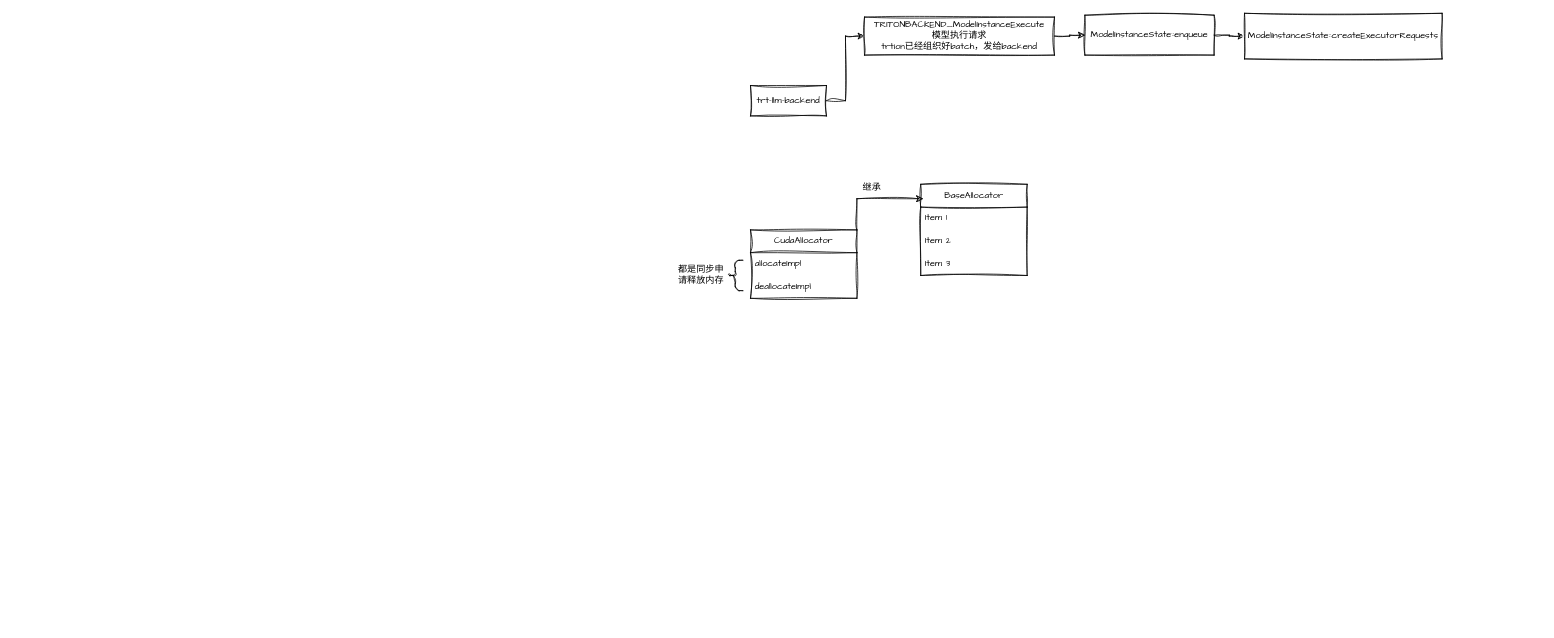
This is trtion-trtllm.drawio from beijingqiuchang/drawio, a draw.io file, before an edit. Source tidied: cells renumbered, new cells numbered last; positions are measured from the earlier drawing's top-left corner, leaving out a move shared by most shapes. Both pictures are drawn from the tidied source at 76%, with x=0, y=0 at pixel (674, 13).
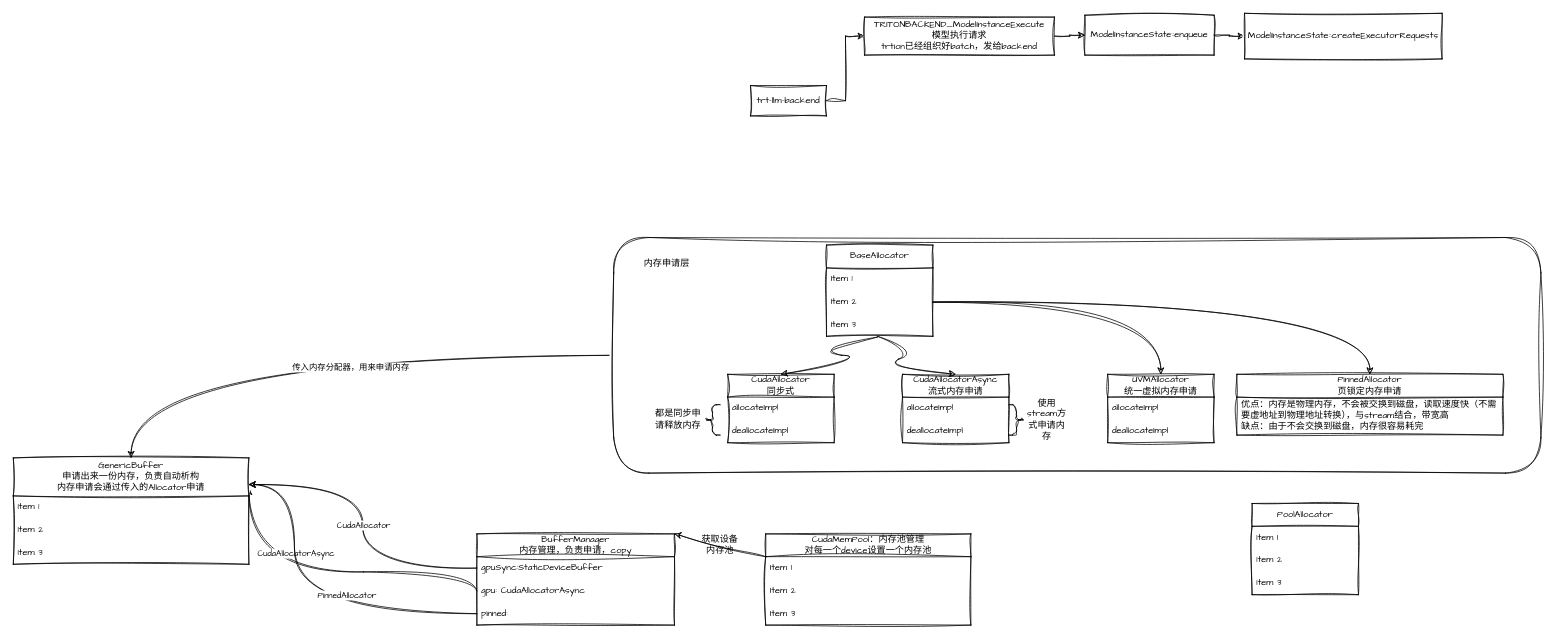
After the change.

Unchanged cells that the change refers to:
```xml
<mxCell id="14" value="Item 2" style="text;strokeColor=none;fillColor=none;align=left;verticalAlign=middle;spacingLeft=4;spacingRight=4;overflow=hidden;points=[[0,0.5],[1,0.5]];portConstraint=eastwest;whiteSpace=wrap;html=1;fontFamily=Architects Daughter;" parent="12" vertex="1">
  <mxGeometry y="60" width="140" height="30" as="geometry" />
</mxCell>
<mxCell id="15" value="Item 3" style="text;strokeColor=none;fillColor=none;align=left;verticalAlign=middle;spacingLeft=4;spacingRight=4;overflow=hidden;points=[[0,0.5],[1,0.5]];portConstraint=eastwest;whiteSpace=wrap;html=1;fontFamily=Architects Daughter;" parent="12" vertex="1">
  <mxGeometry y="90" width="140" height="30" as="geometry" />
</mxCell>
```

The edit, as a diff of the source:
```diff
@@
+    <mxCell id="20" style="edgeStyle=orthogonalEdgeStyle;rounded=0;sketch=1;hachureGap=4;jiggle=2;curveFitting=1;jettySize=auto;html=1;exitX=0;exitY=0.5;exitDx=0;exitDy=0;entryX=0.5;entryY=0;entryDx=0;entryDy=0;fontFamily=Architects Daughter;curved=1;" parent="1" edge="1" source="22" target="49">
+      <mxGeometry relative="1" as="geometry" />
+    </mxCell>
+    <mxCell id="21" value="传入内存分配器，用来申请内存" style="edgeLabel;html=1;align=center;verticalAlign=middle;sketch=1;hachureGap=4;jiggle=2;curveFitting=1;fontFamily=Architects Daughter;" parent="20" vertex="1">
+      <mxGeometry x="-0.1" y="15" relative="1" as="geometry" />
+    </mxCell>
+    <mxCell id="22" style="rounded=1;whiteSpace=wrap;html=1;sketch=1;hachureGap=4;jiggle=2;curveFitting=1;fontFamily=Architects Daughter;" parent="1" vertex="1">
+      <mxGeometry x="-80" y="295" width="1220" height="310" as="geometry" />
+    </mxCell>
@@
-    <mxCell id="9" value="CudaAllocator" style="swimlane;fontStyle=0;horizontal=1;startSize=30;whiteSpace=wrap;html=1;sketch=1;hachureGap=4;jiggle=2;curveFitting=1;fontFamily=Architects Daughter;" parent="1" vertex="1">
-      <mxGeometry x="100" y="285" width="140" height="90" as="geometry" />
-    </mxCell>
-    <mxCell id="10" value="allocateImpl" style="text;strokeColor=none;fillColor=none;align=left;verticalAlign=middle;spacingLeft=4;spacingRight=4;overflow=hidden;whiteSpace=wrap;html=1;fontFamily=Architects Daughter;" parent="9" vertex="1">
-      <mxGeometry y="30" width="140" height="30" as="geometry" />
-    </mxCell>
-    <mxCell id="11" value="deallocateImpl" style="text;strokeColor=none;fillColor=none;align=left;verticalAlign=middle;spacingLeft=4;spacingRight=4;overflow=hidden;whiteSpace=wrap;html=1;fontFamily=Architects Daughter;" parent="9" vertex="1">
-      <mxGeometry y="60" width="140" height="30" as="geometry" />
-    </mxCell>
     <mxCell id="12" value="BaseAllocator" style="swimlane;fontStyle=0;horizontal=1;startSize=30;whiteSpace=wrap;html=1;sketch=1;hachureGap=4;jiggle=2;curveFitting=1;fontFamily=Architects Daughter;" parent="1" vertex="1">
-      <mxGeometry x="324" y="225" width="140" height="120" as="geometry" />
+      <mxGeometry x="200" y="305" width="140" height="120" as="geometry" />
     </mxCell>
@@
-    <mxCell id="16" style="edgeStyle=orthogonalEdgeStyle;rounded=0;sketch=1;hachureGap=4;jiggle=2;curveFitting=1;jettySize=auto;html=1;exitX=1;exitY=0;exitDx=0;exitDy=0;entryX=0.021;entryY=0.158;entryDx=0;entryDy=0;entryPerimeter=0;fontFamily=Architects Daughter;" parent="1" edge="1" source="9" target="12">
-      <mxGeometry relative="1" as="geometry" />
-    </mxCell>
-    <mxCell id="17" value="继承" style="text;html=1;align=center;verticalAlign=middle;whiteSpace=wrap;rounded=0;fontFamily=Architects Daughter;" parent="1" vertex="1">
-      <mxGeometry x="230" y="215" width="60" height="30" as="geometry" />
-    </mxCell>
+    <mxCell id="23" style="group;" parent="1" vertex="1">
+      <mxGeometry x="-30" y="475" width="240" height="90" as="geometry" />
+    </mxCell>
+    <mxCell id="9" value="CudaAllocator&lt;div&gt;同步式&lt;/div&gt;" style="swimlane;fontStyle=0;horizontal=1;startSize=30;whiteSpace=wrap;html=1;sketch=1;hachureGap=4;jiggle=2;curveFitting=1;fontFamily=Architects Daughter;" parent="23" vertex="1">
+      <mxGeometry x="100" width="140" height="90" as="geometry" />
+    </mxCell>
+    <mxCell id="10" value="allocateImpl" style="text;strokeColor=none;fillColor=none;align=left;verticalAlign=middle;spacingLeft=4;spacingRight=4;overflow=hidden;whiteSpace=wrap;html=1;fontFamily=Architects Daughter;" parent="9" vertex="1">
+      <mxGeometry y="30" width="140" height="30" as="geometry" />
+    </mxCell>
+    <mxCell id="11" value="deallocateImpl" style="text;strokeColor=none;fillColor=none;align=left;verticalAlign=middle;spacingLeft=4;spacingRight=4;overflow=hidden;whiteSpace=wrap;html=1;fontFamily=Architects Daughter;" parent="9" vertex="1">
+      <mxGeometry y="60" width="140" height="30" as="geometry" />
+    </mxCell>
-    <mxCell id="18" style="shape=curlyBracket;whiteSpace=wrap;html=1;rounded=1;labelPosition=left;verticalLabelPosition=middle;align=right;verticalAlign=middle;sketch=1;hachureGap=4;jiggle=2;curveFitting=1;fontFamily=Architects Daughter;" parent="1" vertex="1">
-      <mxGeometry x="70" y="325" width="20" height="40" as="geometry" />
+    <mxCell id="18" style="shape=curlyBracket;whiteSpace=wrap;html=1;rounded=1;labelPosition=left;verticalLabelPosition=middle;align=right;verticalAlign=middle;sketch=1;hachureGap=4;jiggle=2;curveFitting=1;fontFamily=Architects Daughter;" parent="23" vertex="1">
+      <mxGeometry x="70" y="40" width="20" height="40" as="geometry" />
     </mxCell>
-    <mxCell id="19" value="都是同步申请释放内存" style="text;html=1;align=center;verticalAlign=middle;whiteSpace=wrap;rounded=0;fontFamily=Architects Daughter;" parent="1" vertex="1">
-      <mxGeometry y="330" width="70" height="30" as="geometry" />
+    <mxCell id="19" value="都是同步申请释放内存" style="text;html=1;align=center;verticalAlign=middle;whiteSpace=wrap;rounded=0;fontFamily=Architects Daughter;" parent="23" vertex="1">
+      <mxGeometry y="45" width="70" height="30" as="geometry" />
     </mxCell>
+    <mxCell id="24" style="group;" parent="1" vertex="1">
+      <mxGeometry x="300" y="475" width="220" height="90" as="geometry" />
+    </mxCell>
+    <mxCell id="25" value="CudaAllocatorAsync&lt;div&gt;流式内存申请&lt;/div&gt;" style="swimlane;fontStyle=0;horizontal=1;startSize=30;whiteSpace=wrap;html=1;sketch=1;hachureGap=4;jiggle=2;curveFitting=1;fontFamily=Architects Daughter;" parent="24" vertex="1">
+      <mxGeometry width="140" height="90" as="geometry" />
+    </mxCell>
+    <mxCell id="26" value="allocateImpl" style="text;strokeColor=none;fillColor=none;align=left;verticalAlign=middle;spacingLeft=4;spacingRight=4;overflow=hidden;whiteSpace=wrap;html=1;fontFamily=Architects Daughter;" parent="25" vertex="1">
+      <mxGeometry y="30" width="140" height="30" as="geometry" />
+    </mxCell>
+    <mxCell id="27" value="deallocateImpl" style="text;strokeColor=none;fillColor=none;align=left;verticalAlign=middle;spacingLeft=4;spacingRight=4;overflow=hidden;whiteSpace=wrap;html=1;fontFamily=Architects Daughter;" parent="25" vertex="1">
+      <mxGeometry y="60" width="140" height="30" as="geometry" />
+    </mxCell>
+    <mxCell id="28" style="shape=curlyBracket;whiteSpace=wrap;html=1;rounded=1;flipH=1;labelPosition=right;verticalLabelPosition=middle;align=left;verticalAlign=middle;sketch=1;hachureGap=4;jiggle=2;curveFitting=1;fontFamily=Architects Daughter;" parent="24" vertex="1">
+      <mxGeometry x="140" y="40" width="20" height="40" as="geometry" />
+    </mxCell>
+    <mxCell id="29" value="使用stream方式申请内存" style="text;html=1;align=center;verticalAlign=middle;whiteSpace=wrap;rounded=0;fontFamily=Architects Daughter;" parent="24" vertex="1">
+      <mxGeometry x="160" y="45" width="60" height="30" as="geometry" />
+    </mxCell>
+    <mxCell id="30" style="curved=1;endArrow=classic;html=1;rounded=0;sketch=1;hachureGap=4;jiggle=2;curveFitting=1;fontFamily=Architects Daughter;exitX=0.479;exitY=1.033;exitDx=0;exitDy=0;exitPerimeter=0;entryX=0.5;entryY=0;entryDx=0;entryDy=0;" parent="1" edge="1" source="15" target="9">
+      <mxGeometry relative="1" as="geometry">
+        <Array as="points">
+          <mxPoint x="180" y="445" />
+          <mxPoint x="260" y="455" />
+        </Array>
+      </mxGeometry>
+    </mxCell>
+    <mxCell id="31" style="curved=1;endArrow=classic;html=1;rounded=0;sketch=1;hachureGap=4;jiggle=2;curveFitting=1;fontFamily=Architects Daughter;exitX=0.479;exitY=1;exitDx=0;exitDy=0;exitPerimeter=0;entryX=0.5;entryY=0;entryDx=0;entryDy=0;" parent="1" edge="1" source="15" target="25">
+      <mxGeometry relative="1" as="geometry">
+        <Array as="points">
+          <mxPoint x="320" y="445" />
+          <mxPoint x="270" y="465" />
+        </Array>
+      </mxGeometry>
+    </mxCell>
+    <mxCell id="32" value="UVMAllocator&lt;div&gt;统一虚拟内存申请&lt;/div&gt;" style="swimlane;fontStyle=0;horizontal=1;startSize=30;whiteSpace=wrap;html=1;sketch=1;hachureGap=4;jiggle=2;curveFitting=1;fontFamily=Architects Daughter;" parent="1" vertex="1">
+      <mxGeometry x="570" y="475" width="140" height="90" as="geometry" />
+    </mxCell>
+    <mxCell id="33" value="allocateImpl" style="text;strokeColor=none;fillColor=none;align=left;verticalAlign=middle;spacingLeft=4;spacingRight=4;overflow=hidden;whiteSpace=wrap;html=1;fontFamily=Architects Daughter;" parent="32" vertex="1">
+      <mxGeometry y="30" width="140" height="30" as="geometry" />
+    </mxCell>
+    <mxCell id="34" value="deallocateImpl" style="text;strokeColor=none;fillColor=none;align=left;verticalAlign=middle;spacingLeft=4;spacingRight=4;overflow=hidden;whiteSpace=wrap;html=1;fontFamily=Architects Daughter;" parent="32" vertex="1">
+      <mxGeometry y="60" width="140" height="30" as="geometry" />
+    </mxCell>
+    <mxCell id="35" style="edgeStyle=orthogonalEdgeStyle;curved=1;rounded=0;sketch=1;hachureGap=4;jiggle=2;curveFitting=1;jettySize=auto;html=1;exitX=1;exitY=0.5;exitDx=0;exitDy=0;entryX=0.5;entryY=0;entryDx=0;entryDy=0;fontFamily=Architects Daughter;" parent="1" edge="1" source="14" target="32">
+      <mxGeometry relative="1" as="geometry" />
+    </mxCell>
+    <mxCell id="36" value="BufferManager&lt;div&gt;内存管理，负责申请，copy&lt;/div&gt;" style="swimlane;fontStyle=0;horizontal=1;startSize=30;whiteSpace=wrap;html=1;sketch=1;hachureGap=4;jiggle=2;curveFitting=1;fontFamily=Architects Daughter;" parent="1" vertex="1">
+      <mxGeometry x="-260" y="685" width="260" height="120" as="geometry" />
+    </mxCell>
+    <mxCell id="37" value="gpuSync:StaticDeviceBuffer" style="text;strokeColor=none;fillColor=none;align=left;verticalAlign=middle;spacingLeft=4;spacingRight=4;overflow=hidden;points=[[0,0.5],[1,0.5]];portConstraint=eastwest;whiteSpace=wrap;html=1;fontFamily=Architects Daughter;" parent="36" vertex="1">
+      <mxGeometry y="30" width="260" height="30" as="geometry" />
+    </mxCell>
+    <mxCell id="38" style="edgeStyle=orthogonalEdgeStyle;rounded=0;sketch=1;hachureGap=4;jiggle=2;curveFitting=1;jettySize=auto;html=1;exitX=0;exitY=0.5;exitDx=0;exitDy=0;fontFamily=Architects Daughter;curved=1;" parent="36" edge="1" source="40">
+      <mxGeometry relative="1" as="geometry">
+        <mxPoint x="-300" y="-60" as="targetPoint" />
+        <Array as="points">
+          <mxPoint y="50" />
+          <mxPoint x="-299" y="50" />
+        </Array>
+      </mxGeometry>
+    </mxCell>
+    <mxCell id="39" value="CudaAllocatorAsync" style="edgeLabel;html=1;align=center;verticalAlign=middle;sketch=1;hachureGap=4;jiggle=2;curveFitting=1;fontFamily=Architects Daughter;" parent="38" vertex="1">
+      <mxGeometry x="0.02" y="-33" relative="1" as="geometry">
+        <mxPoint x="-43" y="8" as="offset" />
+      </mxGeometry>
+    </mxCell>
+    <mxCell id="40" value="gpu:&amp;nbsp;CudaAllocatorAsync" style="text;strokeColor=none;fillColor=none;align=left;verticalAlign=middle;spacingLeft=4;spacingRight=4;overflow=hidden;points=[[0,0.5],[1,0.5]];portConstraint=eastwest;whiteSpace=wrap;html=1;fontFamily=Architects Daughter;" parent="36" vertex="1">
+      <mxGeometry y="60" width="260" height="30" as="geometry" />
+    </mxCell>
+    <mxCell id="41" value="pinned:" style="text;strokeColor=none;fillColor=none;align=left;verticalAlign=middle;spacingLeft=4;spacingRight=4;overflow=hidden;points=[[0,0.5],[1,0.5]];portConstraint=eastwest;whiteSpace=wrap;html=1;fontFamily=Architects Daughter;" parent="36" vertex="1">
+      <mxGeometry y="90" width="260" height="30" as="geometry" />
+    </mxCell>
+    <mxCell id="42" value="内存申请层" style="text;html=1;align=center;verticalAlign=middle;whiteSpace=wrap;rounded=0;fontFamily=Architects Daughter;" parent="1" vertex="1">
+      <mxGeometry x="-50" y="315" width="80" height="30" as="geometry" />
+    </mxCell>
+    <mxCell id="43" value="CudaMemPool：&lt;span style=&quot;background-color: transparent; color: light-dark(rgb(0, 0, 0), rgb(255, 255, 255));&quot;&gt;内存池管理&lt;/span&gt;&lt;div&gt;对每一个device设置一个内存池&lt;/div&gt;" style="swimlane;fontStyle=0;horizontal=1;startSize=30;whiteSpace=wrap;html=1;sketch=1;hachureGap=4;jiggle=2;curveFitting=1;fontFamily=Architects Daughter;" parent="1" vertex="1">
+      <mxGeometry x="120" y="685" width="270" height="120" as="geometry" />
+    </mxCell>
+    <mxCell id="44" value="Item 1" style="text;strokeColor=none;fillColor=none;align=left;verticalAlign=middle;spacingLeft=4;spacingRight=4;overflow=hidden;whiteSpace=wrap;html=1;fontFamily=Architects Daughter;" parent="43" vertex="1">
+      <mxGeometry y="30" width="270" height="30" as="geometry" />
+    </mxCell>
+    <mxCell id="45" value="Item 2" style="text;strokeColor=none;fillColor=none;align=left;verticalAlign=middle;spacingLeft=4;spacingRight=4;overflow=hidden;whiteSpace=wrap;html=1;fontFamily=Architects Daughter;" parent="43" vertex="1">
+      <mxGeometry y="60" width="270" height="30" as="geometry" />
+    </mxCell>
+    <mxCell id="46" value="Item 3" style="text;strokeColor=none;fillColor=none;align=left;verticalAlign=middle;spacingLeft=4;spacingRight=4;overflow=hidden;whiteSpace=wrap;html=1;fontFamily=Architects Daughter;" parent="43" vertex="1">
+      <mxGeometry y="90" width="270" height="30" as="geometry" />
+    </mxCell>
+    <mxCell id="47" style="group;" parent="1" vertex="1">
+      <mxGeometry x="330" y="635" width="60" height="30" as="geometry" />
+    </mxCell>
+    <mxCell id="48" style="edgeStyle=none;rounded=0;sketch=1;hachureGap=4;jiggle=2;curveFitting=1;jettySize=auto;html=1;exitX=0;exitY=0.25;exitDx=0;exitDy=0;entryX=1;entryY=0;entryDx=0;entryDy=0;fontFamily=Architects Daughter;" parent="47" edge="1" source="43" target="36">
+      <mxGeometry relative="1" as="geometry" />
+    </mxCell>
+    <mxCell id="49" value="GenericBuffer&lt;div&gt;申请出来一份内存，负责自动析构&lt;/div&gt;&lt;div&gt;内存申请会通过传入的Allocator申请&lt;/div&gt;" style="swimlane;fontStyle=0;horizontal=1;startSize=50;whiteSpace=wrap;html=1;sketch=1;hachureGap=4;jiggle=2;curveFitting=1;fontFamily=Architects Daughter;" parent="1" vertex="1">
+      <mxGeometry x="-870" y="585" width="310" height="140" as="geometry" />
+    </mxCell>
+    <mxCell id="50" value="Item 1" style="text;strokeColor=none;fillColor=none;align=left;verticalAlign=middle;spacingLeft=4;spacingRight=4;overflow=hidden;whiteSpace=wrap;html=1;fontFamily=Architects Daughter;" parent="49" vertex="1">
+      <mxGeometry y="50" width="310" height="30" as="geometry" />
+    </mxCell>
+    <mxCell id="51" value="Item 2" style="text;strokeColor=none;fillColor=none;align=left;verticalAlign=middle;spacingLeft=4;spacingRight=4;overflow=hidden;whiteSpace=wrap;html=1;fontFamily=Architects Daughter;" parent="49" vertex="1">
+      <mxGeometry y="80" width="310" height="30" as="geometry" />
+    </mxCell>
+    <mxCell id="52" value="Item 3" style="text;strokeColor=none;fillColor=none;align=left;verticalAlign=middle;spacingLeft=4;spacingRight=4;overflow=hidden;whiteSpace=wrap;html=1;fontFamily=Architects Daughter;" parent="49" vertex="1">
+      <mxGeometry y="110" width="310" height="30" as="geometry" />
+    </mxCell>
+    <mxCell id="53" value="获取设备内存池" style="text;html=1;align=center;verticalAlign=middle;whiteSpace=wrap;rounded=0;fontFamily=Architects Daughter;" parent="1" vertex="1">
+      <mxGeometry x="30" y="685" width="60" height="30" as="geometry" />
+    </mxCell>
+    <mxCell id="54" style="edgeStyle=orthogonalEdgeStyle;rounded=0;sketch=1;hachureGap=4;jiggle=2;curveFitting=1;jettySize=auto;html=1;exitX=0;exitY=0.5;exitDx=0;exitDy=0;entryX=1;entryY=0.25;entryDx=0;entryDy=0;fontFamily=Architects Daughter;curved=1;" parent="1" edge="1" source="37" target="49">
+      <mxGeometry relative="1" as="geometry" />
+    </mxCell>
+    <mxCell id="55" value="CudaAllocator" style="edgeLabel;html=1;align=center;verticalAlign=middle;sketch=1;hachureGap=4;jiggle=2;curveFitting=1;fontFamily=Architects Daughter;" parent="54" vertex="1">
+      <mxGeometry x="0.01" relative="1" as="geometry" />
+    </mxCell>
+    <mxCell id="56" style="edgeStyle=orthogonalEdgeStyle;rounded=0;sketch=1;hachureGap=4;jiggle=2;curveFitting=1;jettySize=auto;html=1;exitX=0;exitY=0.5;exitDx=0;exitDy=0;entryX=1;entryY=0.25;entryDx=0;entryDy=0;fontFamily=Architects Daughter;curved=1;" parent="1" edge="1" source="41" target="49">
+      <mxGeometry relative="1" as="geometry">
+        <Array as="points">
+          <mxPoint x="-500" y="790" />
+          <mxPoint x="-500" y="620" />
+        </Array>
+      </mxGeometry>
+    </mxCell>
+    <mxCell id="57" value="PinnedAllocator" style="edgeLabel;html=1;align=center;verticalAlign=middle;sketch=1;hachureGap=4;jiggle=2;curveFitting=1;fontFamily=Architects Daughter;" parent="56" vertex="1">
+      <mxGeometry x="-0.27" y="-17" relative="1" as="geometry">
+        <mxPoint y="-8" as="offset" />
+      </mxGeometry>
+    </mxCell>
+    <mxCell id="58" value="PinnedAllocator&lt;div&gt;页锁定内存申请&lt;/div&gt;" style="swimlane;fontStyle=0;horizontal=1;startSize=30;whiteSpace=wrap;html=1;sketch=1;hachureGap=4;jiggle=2;curveFitting=1;fontFamily=Architects Daughter;" parent="1" vertex="1">
+      <mxGeometry x="740" y="475" width="350" height="80" as="geometry" />
+    </mxCell>
+    <mxCell id="59" value="优点：内存是物理内存，不会被交换到磁盘，读取速度快（不需要虚地址到物理地址转换），与stream结合，带宽高&lt;div&gt;缺点：由于不会交换到磁盘，内存很容易耗完&lt;/div&gt;" style="text;strokeColor=none;fillColor=none;align=left;verticalAlign=middle;spacingLeft=4;spacingRight=4;overflow=hidden;whiteSpace=wrap;html=1;fontFamily=Architects Daughter;" parent="58" vertex="1">
+      <mxGeometry y="30" width="350" height="50" as="geometry" />
+    </mxCell>
+    <mxCell id="60" style="edgeStyle=orthogonalEdgeStyle;rounded=0;sketch=1;hachureGap=4;jiggle=2;curveFitting=1;jettySize=auto;html=1;exitX=1;exitY=0.5;exitDx=0;exitDy=0;entryX=0.5;entryY=0;entryDx=0;entryDy=0;fontFamily=Architects Daughter;curved=1;" parent="1" edge="1" source="14" target="58">
+      <mxGeometry relative="1" as="geometry" />
+    </mxCell>
+    <mxCell id="61" value="PoolAllocator" style="swimlane;fontStyle=0;horizontal=1;startSize=30;whiteSpace=wrap;html=1;sketch=1;hachureGap=4;jiggle=2;curveFitting=1;fontFamily=Architects Daughter;" parent="1" vertex="1">
+      <mxGeometry x="760" y="645" width="140" height="120" as="geometry" />
+    </mxCell>
+    <mxCell id="62" value="Item 1" style="text;strokeColor=none;fillColor=none;align=left;verticalAlign=middle;spacingLeft=4;spacingRight=4;overflow=hidden;whiteSpace=wrap;html=1;fontFamily=Architects Daughter;" parent="61" vertex="1">
+      <mxGeometry y="30" width="140" height="30" as="geometry" />
+    </mxCell>
+    <mxCell id="63" value="Item 2" style="text;strokeColor=none;fillColor=none;align=left;verticalAlign=middle;spacingLeft=4;spacingRight=4;overflow=hidden;whiteSpace=wrap;html=1;fontFamily=Architects Daughter;" parent="61" vertex="1">
+      <mxGeometry y="60" width="140" height="30" as="geometry" />
+    </mxCell>
+    <mxCell id="64" value="Item 3" style="text;strokeColor=none;fillColor=none;align=left;verticalAlign=middle;spacingLeft=4;spacingRight=4;overflow=hidden;whiteSpace=wrap;html=1;fontFamily=Architects Daughter;" parent="61" vertex="1">
+      <mxGeometry y="90" width="140" height="30" as="geometry" />
+    </mxCell>
```
